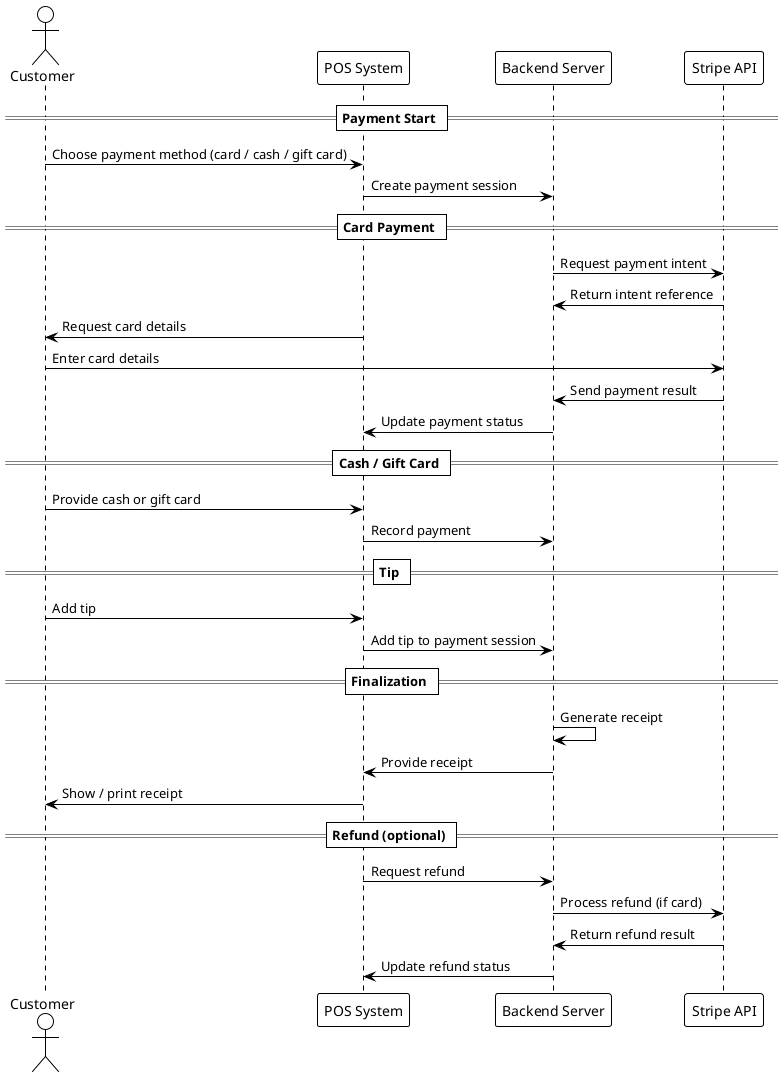
user5427/ps-design keeps this PlantUML diagram as docs/ps-design/design-document/images/diagrams/payment/payment_flow.png. Above is the earlier version. Source of this version:
```plantuml
@startuml
!theme plain
actor Customer
participant "POS System" as POS
participant "Backend Server" as Server
participant "Stripe API" as Stripe

== Payment Start ==
Customer -> POS : Choose payment method (card / cash / gift card)
POS -> Server : Create payment session

== Card Payment ==
Server -> Stripe : Request payment intent
Stripe -> Server : Return intent reference
POS -> Customer : Request card details
Customer -> Stripe : Enter card details
Stripe -> Server : Send payment result
Server -> POS : Update payment status

== Cash / Gift Card ==
Customer -> POS : Provide cash or gift card
POS -> Server : Record payment

== Tip ==
Customer -> POS : Add tip
POS -> Server : Add tip to payment session

== Finalization ==
Server -> Server : Generate receipt
Server -> POS : Provide receipt
POS -> Customer : Show / print receipt

== Refund (optional) ==
POS -> Server : Request refund
Server -> Stripe : Process refund (if card)
Stripe -> Server : Return refund result
Server -> POS : Update refund status
@enduml
```
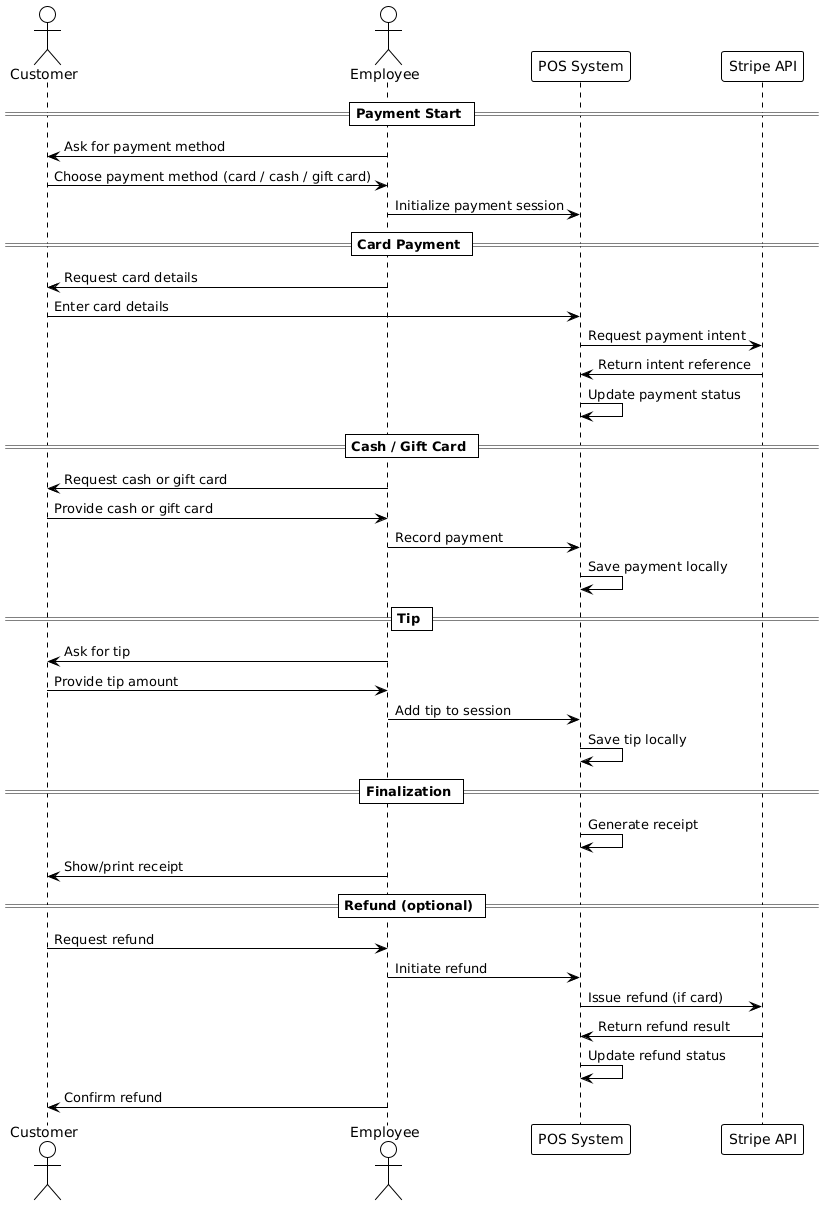
The same file after the commit.

What changed in the source:
```diff
@@ -1,38 +1,43 @@
 @startuml
 !theme plain
 actor Customer
+actor Employee
 participant "POS System" as POS
-participant "Backend Server" as Server
 participant "Stripe API" as Stripe
 
 == Payment Start ==
-Customer -> POS : Choose payment method (card / cash / gift card)
-POS -> Server : Create payment session
+Employee -> Customer        : Ask for payment method
+Customer -> Employee        : Choose payment method (card / cash / gift card)
+Employee -> POS             : Initialize payment session
 
 == Card Payment ==
-Server -> Stripe : Request payment intent
-Stripe -> Server : Return intent reference
-POS -> Customer : Request card details
-Customer -> Stripe : Enter card details
-Stripe -> Server : Send payment result
-Server -> POS : Update payment status
+Employee -> Customer        : Request card details
+Customer -> POS             : Enter card details
+POS      -> Stripe          : Request payment intent
+Stripe   -> POS             : Return intent reference
+POS      -> POS             : Update payment status
 
 == Cash / Gift Card ==
-Customer -> POS : Provide cash or gift card
-POS -> Server : Record payment
+Employee -> Customer        : Request cash or gift card
+Customer -> Employee        : Provide cash or gift card
+Employee -> POS             : Record payment
+POS      -> POS             : Save payment locally
 
 == Tip ==
-Customer -> POS : Add tip
-POS -> Server : Add tip to payment session
+Employee -> Customer        : Ask for tip
+Customer -> Employee        : Provide tip amount
+Employee -> POS             : Add tip to session
+POS      -> POS             : Save tip locally
 
 == Finalization ==
-Server -> Server : Generate receipt
-Server -> POS : Provide receipt
-POS -> Customer : Show / print receipt
+POS      -> POS             : Generate receipt
+Employee -> Customer        : Show/print receipt
 
 == Refund (optional) ==
-POS -> Server : Request refund
-Server -> Stripe : Process refund (if card)
-Stripe -> Server : Return refund result
-Server -> POS : Update refund status
+Customer -> Employee        : Request refund
+Employee -> POS             : Initiate refund
+POS      -> Stripe          : Issue refund (if card)
+Stripe   -> POS             : Return refund result
+POS      -> POS             : Update refund status
+Employee -> Customer        : Confirm refund
 @enduml
```
